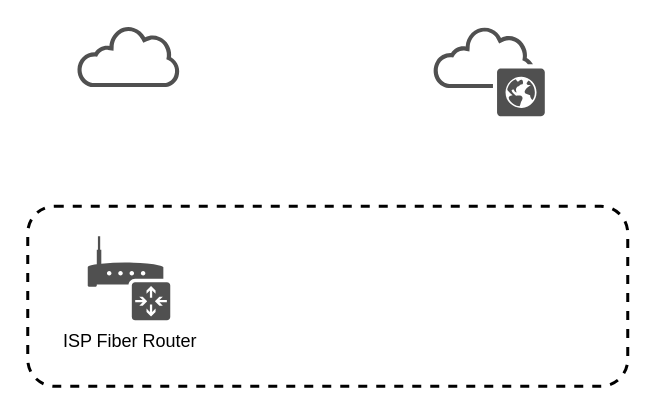
Earlier version of the draw.io diagram home.drawio (lzcapp/Network-Diagram). Source tidied: cells renumbered, new cells numbered last; positions are measured from the earlier drawing's top-left corner, leaving out a move shared by most shapes. Both pictures are drawn from the tidied source at 150%, with x=0, y=0 at pixel (27, 26).
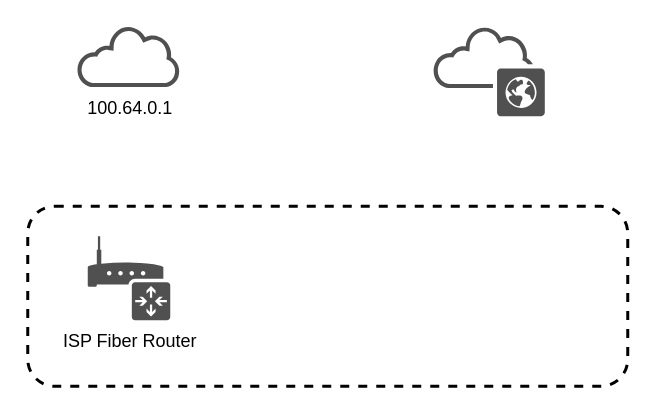
Above is the later version.

The edit, as a diff of the source:
```diff
@@
 <mxGraphModel>
   <root>
     <mxCell id="0" />
     <mxCell id="1" parent="0" />
     <mxCell id="2" style="rounded=1;whiteSpace=wrap;html=1;dashed=1;strokeWidth=2;" parent="1" vertex="1">
       <mxGeometry y="120" width="400" height="120" as="geometry" />
     </mxCell>
     <mxCell id="3" value="ISP Fiber Router" style="sketch=0;shadow=0;dashed=0;html=1;strokeColor=none;fillColor=#505050;labelPosition=center;verticalLabelPosition=bottom;verticalAlign=top;align=center;shape=mxgraph.office.devices.router;" parent="1" vertex="1">
       <mxGeometry x="40" y="140" width="55" height="56" as="geometry" />
     </mxCell>
     <mxCell id="4" style="sketch=0;shadow=0;dashed=0;html=1;strokeColor=none;fillColor=#505050;labelPosition=center;verticalLabelPosition=bottom;verticalAlign=top;align=center;shape=mxgraph.office.clouds.public_cloud;" parent="1" vertex="1">
       <mxGeometry x="270" width="74.8" height="60" as="geometry" />
     </mxCell>
-    <mxCell id="5" style="sketch=0;shadow=0;dashed=0;html=1;strokeColor=none;fillColor=#505050;labelPosition=center;verticalLabelPosition=bottom;verticalAlign=top;align=center;shape=mxgraph.office.clouds.cloud;" parent="1" vertex="1">
+    <mxCell id="5" value="100.64.0.1" style="sketch=0;shadow=0;dashed=0;html=1;strokeColor=none;fillColor=#505050;labelPosition=center;verticalLabelPosition=bottom;verticalAlign=top;align=center;shape=mxgraph.office.clouds.cloud;" parent="1" vertex="1">
       <mxGeometry x="32.9" width="69.2" height="40.5" as="geometry" />
     </mxCell>
   </root>
 </mxGraphModel>
```
